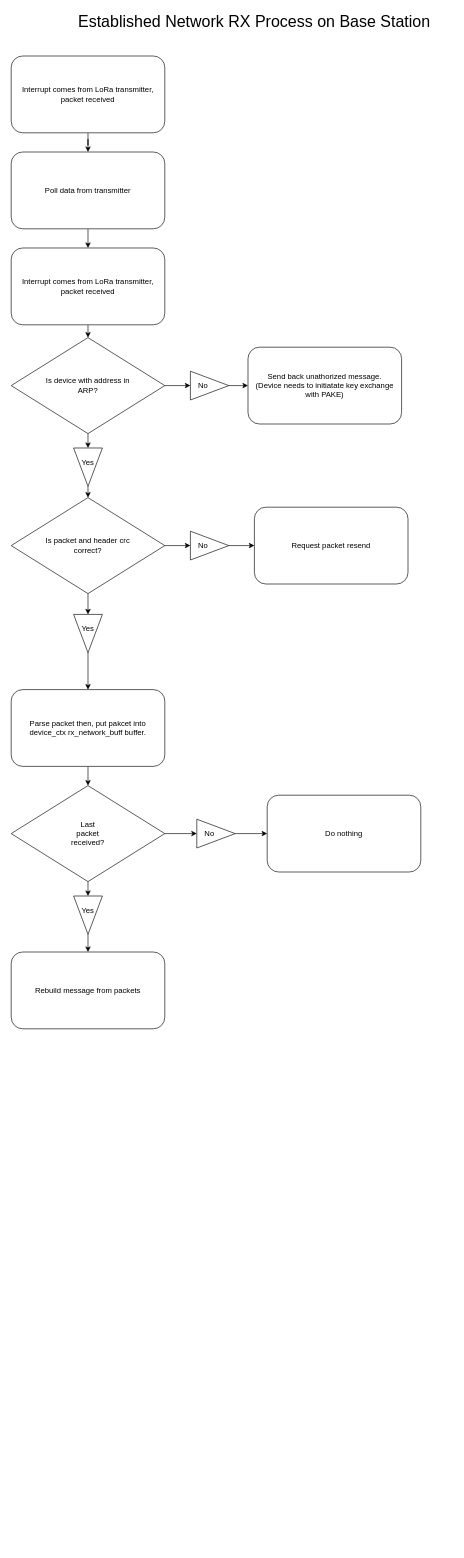
This is Docs/Untitled Diagram.drawio from Gepsonka/TDK, a draw.io file, before an edit. Source tidied: cells renumbered, new cells numbered last; positions are measured from the earlier drawing's top-left corner, leaving out a move shared by most shapes. Both pictures are drawn from the tidied source at 64%, with x=0, y=0 at pixel (11, 11).
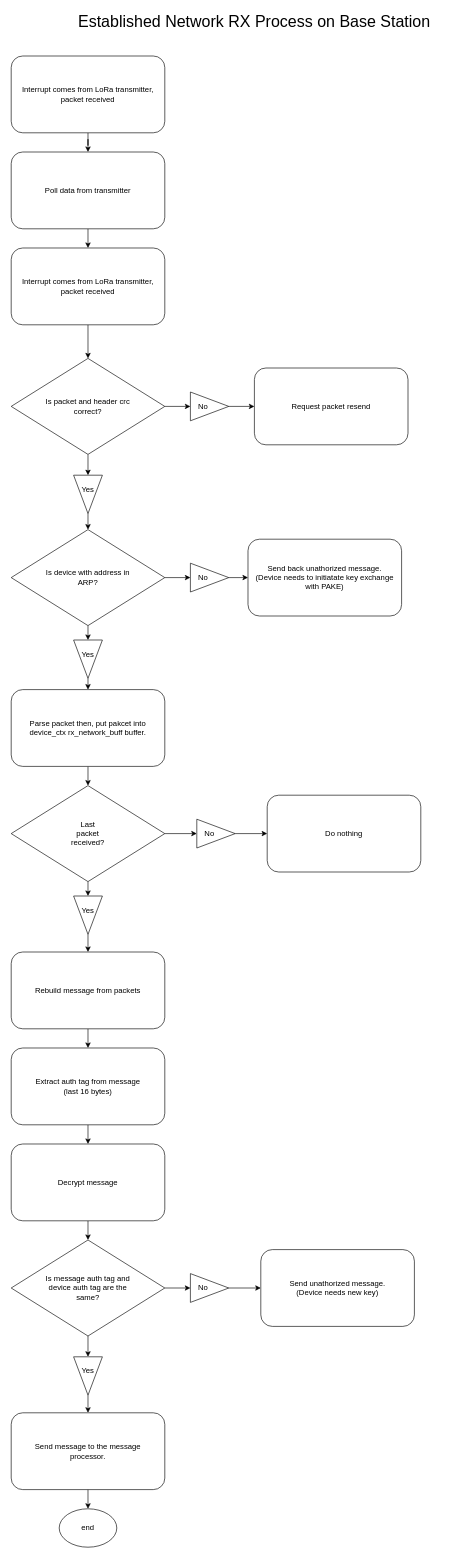
After the change.

Commit message:
Enstablished network process finished

Unchanged cells that the change refers to:
```xml
<mxCell id="10" style="rounded=1;whiteSpace=wrap;html=1;fontSize=25;" parent="1" vertex="1">
  <mxGeometry y="370" width="240" height="120" as="geometry" />
</mxCell>
<mxCell id="13" style="rounded=1;whiteSpace=wrap;html=1;fontSize=25;" parent="1" vertex="1">
  <mxGeometry y="1060" width="240" height="120" as="geometry" />
</mxCell>
<mxCell id="25" style="rounded=1;whiteSpace=wrap;html=1;fontSize=25;" parent="1" vertex="1">
  <mxGeometry y="1470" width="240" height="120" as="geometry" />
</mxCell>
```

Diff of the diagram source:
```diff
@@
-    <mxCell id="9" style="edgeStyle=orthogonalEdgeStyle;rounded=0;jettySize=auto;html=1;exitX=0.5;exitY=1;exitDx=0;exitDy=0;entryX=0.5;entryY=0;entryDx=0;entryDy=0;fontSize=12;" parent="1" edge="1" source="10" target="43">
-      <mxGeometry relative="1" as="geometry" />
-    </mxCell>
+    <mxCell id="53" style="edgeStyle=orthogonalEdgeStyle;rounded=0;jettySize=auto;html=1;exitX=0.5;exitY=1;exitDx=0;exitDy=0;entryX=0.5;entryY=0;entryDx=0;entryDy=0;fontSize=12;" parent="1" edge="1" source="10" target="31">
+      <mxGeometry relative="1" as="geometry" />
+    </mxCell>
@@
+    <mxCell id="54" style="edgeStyle=orthogonalEdgeStyle;rounded=0;jettySize=auto;html=1;exitX=0.5;exitY=1;exitDx=0;exitDy=0;entryX=0.5;entryY=0;entryDx=0;entryDy=0;fontSize=12;" parent="1" edge="1" source="25" target="67">
+      <mxGeometry relative="1" as="geometry" />
+    </mxCell>
@@
     <mxCell id="31" style="rhombus;whiteSpace=wrap;html=1;fontSize=12;" parent="1" vertex="1">
-      <mxGeometry y="760" width="240" height="150" as="geometry" />
+      <mxGeometry y="542.5" width="240" height="150" as="geometry" />
     </mxCell>
     <mxCell id="32" value="Is packet and header crc correct?" style="text;html=1;strokeColor=none;fillColor=none;align=center;verticalAlign=middle;whiteSpace=wrap;rounded=0;fontSize=12;" parent="1" vertex="1">
-      <mxGeometry x="40" y="820" width="160" height="30" as="geometry" />
+      <mxGeometry x="40" y="602.5" width="160" height="30" as="geometry" />
     </mxCell>
-    <mxCell id="33" style="edgeStyle=orthogonalEdgeStyle;rounded=0;jettySize=auto;html=1;exitX=1;exitY=0.5;exitDx=0;exitDy=0;entryX=0.5;entryY=0;entryDx=0;entryDy=0;fontSize=12;" parent="1" edge="1" source="34" target="13">
-      <mxGeometry relative="1" as="geometry" />
-    </mxCell>
+    <mxCell id="55" style="edgeStyle=orthogonalEdgeStyle;rounded=0;jettySize=auto;html=1;exitX=1;exitY=0.5;exitDx=0;exitDy=0;entryX=0.5;entryY=0;entryDx=0;entryDy=0;fontSize=12;" parent="1" edge="1" source="34" target="58">
+      <mxGeometry relative="1" as="geometry" />
+    </mxCell>
     <mxCell id="34" style="triangle;whiteSpace=wrap;html=1;fontSize=12;rotation=90;" parent="1" vertex="1">
-      <mxGeometry x="90" y="950" width="60" height="45" as="geometry" />
+      <mxGeometry x="90" y="732.5" width="60" height="45" as="geometry" />
     </mxCell>
     <mxCell id="35" value="Yes" style="text;html=1;strokeColor=none;fillColor=none;align=center;verticalAlign=middle;whiteSpace=wrap;rounded=0;fontSize=12;" parent="1" vertex="1">
-      <mxGeometry x="105" y="950" width="30" height="30" as="geometry" />
+      <mxGeometry x="105" y="732.5" width="30" height="30" as="geometry" />
     </mxCell>
@@
     <mxCell id="37" style="triangle;whiteSpace=wrap;html=1;fontSize=12;" parent="1" vertex="1">
-      <mxGeometry x="280" y="812.5" width="60" height="45" as="geometry" />
+      <mxGeometry x="280" y="595" width="60" height="45" as="geometry" />
     </mxCell>
     <mxCell id="38" value="No" style="text;html=1;strokeColor=none;fillColor=none;align=center;verticalAlign=middle;whiteSpace=wrap;rounded=0;fontSize=12;" parent="1" vertex="1">
-      <mxGeometry x="280" y="820" width="40" height="30" as="geometry" />
+      <mxGeometry x="280" y="602.5" width="40" height="30" as="geometry" />
     </mxCell>
     <mxCell id="39" style="rounded=1;whiteSpace=wrap;html=1;fontSize=25;" parent="1" vertex="1">
-      <mxGeometry x="380" y="775" width="240" height="120" as="geometry" />
+      <mxGeometry x="380" y="557.5" width="240" height="120" as="geometry" />
     </mxCell>
     <mxCell id="40" value="Request packet resend" style="text;html=1;strokeColor=none;fillColor=none;align=center;verticalAlign=middle;whiteSpace=wrap;rounded=0;fontSize=12;" parent="1" vertex="1">
-      <mxGeometry x="390" y="785" width="220" height="100" as="geometry" />
+      <mxGeometry x="390" y="567.5" width="220" height="100" as="geometry" />
     </mxCell>
-    <mxCell id="41" style="edgeStyle=orthogonalEdgeStyle;rounded=0;jettySize=auto;html=1;exitX=0.5;exitY=1;exitDx=0;exitDy=0;entryX=0;entryY=0.5;entryDx=0;entryDy=0;fontSize=12;" parent="1" edge="1" source="43" target="46">
-      <mxGeometry relative="1" as="geometry" />
-    </mxCell>
-    <mxCell id="42" style="edgeStyle=orthogonalEdgeStyle;rounded=0;jettySize=auto;html=1;exitX=1;exitY=0.5;exitDx=0;exitDy=0;entryX=0;entryY=0.5;entryDx=0;entryDy=0;fontSize=12;" parent="1" edge="1" source="43" target="50">
-      <mxGeometry relative="1" as="geometry" />
-    </mxCell>
-    <mxCell id="43" style="rhombus;whiteSpace=wrap;html=1;fontSize=12;" parent="1" vertex="1">
-      <mxGeometry y="510" width="240" height="150" as="geometry" />
-    </mxCell>
+    <mxCell id="56" style="edgeStyle=orthogonalEdgeStyle;rounded=0;jettySize=auto;html=1;exitX=0.5;exitY=1;exitDx=0;exitDy=0;entryX=0;entryY=0.5;entryDx=0;entryDy=0;fontSize=12;" parent="1" edge="1" source="58" target="60">
+      <mxGeometry relative="1" as="geometry" />
+    </mxCell>
+    <mxCell id="57" style="edgeStyle=orthogonalEdgeStyle;rounded=0;jettySize=auto;html=1;exitX=1;exitY=0.5;exitDx=0;exitDy=0;entryX=0;entryY=0.5;entryDx=0;entryDy=0;fontSize=12;" parent="1" edge="1" source="58" target="64">
+      <mxGeometry relative="1" as="geometry" />
+    </mxCell>
+    <mxCell id="58" style="rhombus;whiteSpace=wrap;html=1;fontSize=12;" parent="1" vertex="1">
+      <mxGeometry y="810" width="240" height="150" as="geometry" />
+    </mxCell>
     <mxCell id="44" value="Is device with address in ARP?" style="text;html=1;strokeColor=none;fillColor=none;align=center;verticalAlign=middle;whiteSpace=wrap;rounded=0;fontSize=12;" parent="1" vertex="1">
-      <mxGeometry x="40" y="570" width="160" height="30" as="geometry" />
+      <mxGeometry x="40" y="870" width="160" height="30" as="geometry" />
     </mxCell>
-    <mxCell id="45" style="edgeStyle=orthogonalEdgeStyle;rounded=0;jettySize=auto;html=1;exitX=1;exitY=0.5;exitDx=0;exitDy=0;entryX=0.5;entryY=0;entryDx=0;entryDy=0;fontSize=12;" parent="1" edge="1" source="46" target="31">
-      <mxGeometry relative="1" as="geometry" />
-    </mxCell>
-    <mxCell id="46" style="triangle;whiteSpace=wrap;html=1;fontSize=12;rotation=90;" parent="1" vertex="1">
-      <mxGeometry x="90" y="690" width="60" height="45" as="geometry" />
-    </mxCell>
-    <mxCell id="47" value="Yes" style="text;html=1;strokeColor=none;fillColor=none;align=center;verticalAlign=middle;whiteSpace=wrap;rounded=0;fontSize=12;" parent="1" vertex="1">
-      <mxGeometry x="105" y="690" width="30" height="30" as="geometry" />
-    </mxCell>
-    <mxCell id="48" style="edgeStyle=orthogonalEdgeStyle;rounded=0;jettySize=auto;html=1;exitX=1;exitY=0.5;exitDx=0;exitDy=0;entryX=0;entryY=0.5;entryDx=0;entryDy=0;fontSize=12;" parent="1" edge="1" source="49" target="51">
-      <mxGeometry relative="1" as="geometry" />
-    </mxCell>
-    <mxCell id="49" style="triangle;whiteSpace=wrap;html=1;fontSize=12;" parent="1" vertex="1">
-      <mxGeometry x="280" y="562.5" width="60" height="45" as="geometry" />
-    </mxCell>
-    <mxCell id="50" value="No" style="text;html=1;strokeColor=none;fillColor=none;align=center;verticalAlign=middle;whiteSpace=wrap;rounded=0;fontSize=12;" parent="1" vertex="1">
-      <mxGeometry x="280" y="570" width="40" height="30" as="geometry" />
-    </mxCell>
-    <mxCell id="51" style="rounded=1;whiteSpace=wrap;html=1;fontSize=25;" parent="1" vertex="1">
-      <mxGeometry x="370" y="525" width="240" height="120" as="geometry" />
-    </mxCell>
+    <mxCell id="59" style="edgeStyle=orthogonalEdgeStyle;rounded=0;jettySize=auto;html=1;exitX=1;exitY=0.5;exitDx=0;exitDy=0;entryX=0.5;entryY=0;entryDx=0;entryDy=0;fontSize=12;" parent="1" edge="1" source="60" target="13">
+      <mxGeometry relative="1" as="geometry" />
+    </mxCell>
+    <mxCell id="60" style="triangle;whiteSpace=wrap;html=1;fontSize=12;rotation=90;" parent="1" vertex="1">
+      <mxGeometry x="90" y="990" width="60" height="45" as="geometry" />
+    </mxCell>
+    <mxCell id="61" value="Yes" style="text;html=1;strokeColor=none;fillColor=none;align=center;verticalAlign=middle;whiteSpace=wrap;rounded=0;fontSize=12;" parent="1" vertex="1">
+      <mxGeometry x="105" y="990" width="30" height="30" as="geometry" />
+    </mxCell>
+    <mxCell id="62" style="edgeStyle=orthogonalEdgeStyle;rounded=0;jettySize=auto;html=1;exitX=1;exitY=0.5;exitDx=0;exitDy=0;entryX=0;entryY=0.5;entryDx=0;entryDy=0;fontSize=12;" parent="1" edge="1" source="63" target="65">
+      <mxGeometry relative="1" as="geometry" />
+    </mxCell>
+    <mxCell id="63" style="triangle;whiteSpace=wrap;html=1;fontSize=12;" parent="1" vertex="1">
+      <mxGeometry x="280" y="862.5" width="60" height="45" as="geometry" />
+    </mxCell>
+    <mxCell id="64" value="No" style="text;html=1;strokeColor=none;fillColor=none;align=center;verticalAlign=middle;whiteSpace=wrap;rounded=0;fontSize=12;" parent="1" vertex="1">
+      <mxGeometry x="280" y="870" width="40" height="30" as="geometry" />
+    </mxCell>
+    <mxCell id="65" style="rounded=1;whiteSpace=wrap;html=1;fontSize=25;" parent="1" vertex="1">
+      <mxGeometry x="370" y="825" width="240" height="120" as="geometry" />
+    </mxCell>
     <mxCell id="52" value="&lt;div&gt;Send back unathorized message.&lt;/div&gt;(Device needs to initiatate key exchange with PAKE)" style="text;html=1;strokeColor=none;fillColor=none;align=center;verticalAlign=middle;whiteSpace=wrap;rounded=0;fontSize=12;" parent="1" vertex="1">
-      <mxGeometry x="380" y="535" width="220" height="100" as="geometry" />
+      <mxGeometry x="380" y="835" width="220" height="100" as="geometry" />
     </mxCell>
+    <mxCell id="66" style="edgeStyle=orthogonalEdgeStyle;rounded=0;jettySize=auto;html=1;exitX=0.5;exitY=1;exitDx=0;exitDy=0;entryX=0.5;entryY=0;entryDx=0;entryDy=0;fontSize=12;" parent="1" edge="1" source="67" target="70">
+      <mxGeometry relative="1" as="geometry" />
+    </mxCell>
+    <mxCell id="67" style="rounded=1;whiteSpace=wrap;html=1;fontSize=25;" parent="1" vertex="1">
+      <mxGeometry y="1620" width="240" height="120" as="geometry" />
+    </mxCell>
+    <mxCell id="68" value="&lt;div&gt;Extract auth tag from message&lt;/div&gt;&lt;div&gt;(last 16 bytes)&lt;br&gt;&lt;/div&gt;" style="text;html=1;strokeColor=none;fillColor=none;align=center;verticalAlign=middle;whiteSpace=wrap;rounded=0;fontSize=12;" parent="1" vertex="1">
+      <mxGeometry x="10" y="1630" width="220" height="100" as="geometry" />
+    </mxCell>
+    <mxCell id="69" style="edgeStyle=orthogonalEdgeStyle;rounded=0;jettySize=auto;html=1;exitX=0.5;exitY=1;exitDx=0;exitDy=0;entryX=0.5;entryY=0;entryDx=0;entryDy=0;fontSize=12;" parent="1" edge="1" source="70" target="74">
+      <mxGeometry relative="1" as="geometry" />
+    </mxCell>
+    <mxCell id="70" style="rounded=1;whiteSpace=wrap;html=1;fontSize=25;" parent="1" vertex="1">
+      <mxGeometry y="1770" width="240" height="120" as="geometry" />
+    </mxCell>
+    <mxCell id="71" value="Decrypt message" style="text;html=1;strokeColor=none;fillColor=none;align=center;verticalAlign=middle;whiteSpace=wrap;rounded=0;fontSize=12;" parent="1" vertex="1">
+      <mxGeometry x="10" y="1780" width="220" height="100" as="geometry" />
+    </mxCell>
+    <mxCell id="72" style="edgeStyle=orthogonalEdgeStyle;rounded=0;jettySize=auto;html=1;exitX=1;exitY=0.5;exitDx=0;exitDy=0;entryX=0;entryY=0.5;entryDx=0;entryDy=0;fontSize=12;" parent="1" edge="1" source="74" target="81">
+      <mxGeometry relative="1" as="geometry" />
+    </mxCell>
+    <mxCell id="73" style="edgeStyle=orthogonalEdgeStyle;rounded=0;jettySize=auto;html=1;exitX=0.5;exitY=1;exitDx=0;exitDy=0;entryX=0;entryY=0.5;entryDx=0;entryDy=0;fontSize=12;" parent="1" edge="1" source="74" target="77">
+      <mxGeometry relative="1" as="geometry" />
+    </mxCell>
+    <mxCell id="74" style="rhombus;whiteSpace=wrap;html=1;fontSize=12;" parent="1" vertex="1">
+      <mxGeometry y="1920" width="240" height="150" as="geometry" />
+    </mxCell>
+    <mxCell id="75" value="Is message auth tag and device auth tag are the same?" style="text;html=1;strokeColor=none;fillColor=none;align=center;verticalAlign=middle;whiteSpace=wrap;rounded=0;fontSize=12;" parent="1" vertex="1">
+      <mxGeometry x="50" y="1980" width="140" height="30" as="geometry" />
+    </mxCell>
+    <mxCell id="76" style="edgeStyle=orthogonalEdgeStyle;rounded=0;jettySize=auto;html=1;exitX=1;exitY=0.5;exitDx=0;exitDy=0;entryX=0.5;entryY=0;entryDx=0;entryDy=0;fontSize=12;" parent="1" edge="1" source="77" target="85">
+      <mxGeometry relative="1" as="geometry" />
+    </mxCell>
+    <mxCell id="77" style="triangle;whiteSpace=wrap;html=1;fontSize=12;rotation=90;" parent="1" vertex="1">
+      <mxGeometry x="90" y="2110" width="60" height="45" as="geometry" />
+    </mxCell>
+    <mxCell id="78" value="Yes" style="text;html=1;strokeColor=none;fillColor=none;align=center;verticalAlign=middle;whiteSpace=wrap;rounded=0;fontSize=12;" parent="1" vertex="1">
+      <mxGeometry x="105" y="2110" width="30" height="30" as="geometry" />
+    </mxCell>
+    <mxCell id="79" style="edgeStyle=orthogonalEdgeStyle;rounded=0;jettySize=auto;html=1;exitX=1;exitY=0.5;exitDx=0;exitDy=0;entryX=0;entryY=0.5;entryDx=0;entryDy=0;fontSize=12;" parent="1" edge="1" source="80" target="82">
+      <mxGeometry relative="1" as="geometry" />
+    </mxCell>
+    <mxCell id="80" style="triangle;whiteSpace=wrap;html=1;fontSize=12;" parent="1" vertex="1">
+      <mxGeometry x="280" y="1972.5" width="60" height="45" as="geometry" />
+    </mxCell>
+    <mxCell id="81" value="No" style="text;html=1;strokeColor=none;fillColor=none;align=center;verticalAlign=middle;whiteSpace=wrap;rounded=0;fontSize=12;" parent="1" vertex="1">
+      <mxGeometry x="280" y="1980" width="40" height="30" as="geometry" />
+    </mxCell>
+    <mxCell id="82" style="rounded=1;whiteSpace=wrap;html=1;fontSize=25;" parent="1" vertex="1">
+      <mxGeometry x="390" y="1935" width="240" height="120" as="geometry" />
+    </mxCell>
+    <mxCell id="83" value="Send unathorized message.&lt;br&gt;(Device needs new key)" style="text;html=1;strokeColor=none;fillColor=none;align=center;verticalAlign=middle;whiteSpace=wrap;rounded=0;fontSize=12;" parent="1" vertex="1">
+      <mxGeometry x="400" y="1945" width="220" height="100" as="geometry" />
+    </mxCell>
+    <mxCell id="84" style="edgeStyle=orthogonalEdgeStyle;rounded=0;jettySize=auto;html=1;exitX=0.5;exitY=1;exitDx=0;exitDy=0;entryX=0.5;entryY=0;entryDx=0;entryDy=0;fontSize=12;" parent="1" edge="1" source="85" target="87">
+      <mxGeometry relative="1" as="geometry" />
+    </mxCell>
+    <mxCell id="85" style="rounded=1;whiteSpace=wrap;html=1;fontSize=25;" parent="1" vertex="1">
+      <mxGeometry y="2190" width="240" height="120" as="geometry" />
+    </mxCell>
+    <mxCell id="86" value="Send message to the message processor." style="text;html=1;strokeColor=none;fillColor=none;align=center;verticalAlign=middle;whiteSpace=wrap;rounded=0;fontSize=12;" parent="1" vertex="1">
+      <mxGeometry x="10" y="2200" width="220" height="100" as="geometry" />
+    </mxCell>
+    <mxCell id="87" style="ellipse;whiteSpace=wrap;html=1;fontSize=12;" parent="1" vertex="1">
+      <mxGeometry x="75" y="2340" width="90" height="60" as="geometry" />
+    </mxCell>
+    <mxCell id="88" value="end" style="text;html=1;strokeColor=none;fillColor=none;align=center;verticalAlign=middle;whiteSpace=wrap;rounded=0;fontSize=12;" parent="1" vertex="1">
+      <mxGeometry x="90" y="2355" width="60" height="30" as="geometry" />
+    </mxCell>
```
